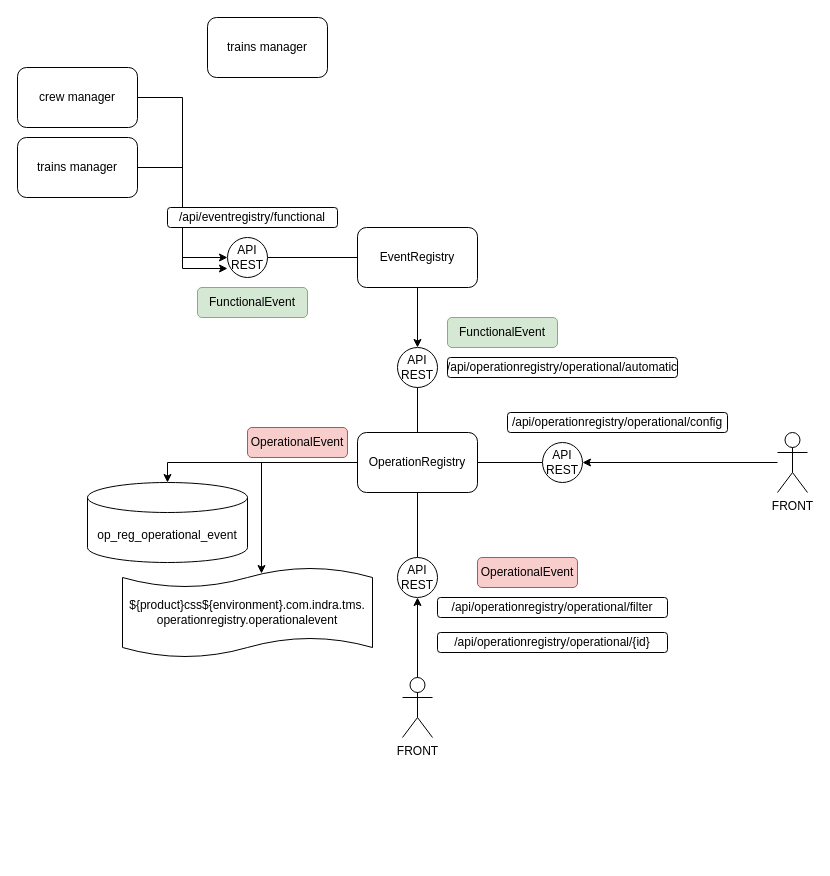
The draw.io diagram page "Página-23" (23 of 23) of TMS_FEC_SIEMENS.drawio in jeongon/DIAGRAMAS_TMS, before the edit. Source tidied: cells renumbered, new cells numbered last; positions are measured from the earlier drawing's top-left corner, leaving out a move shared by most shapes. Both pictures are drawn from the tidied source at 100%, with x=0, y=0 at pixel (17, 17).
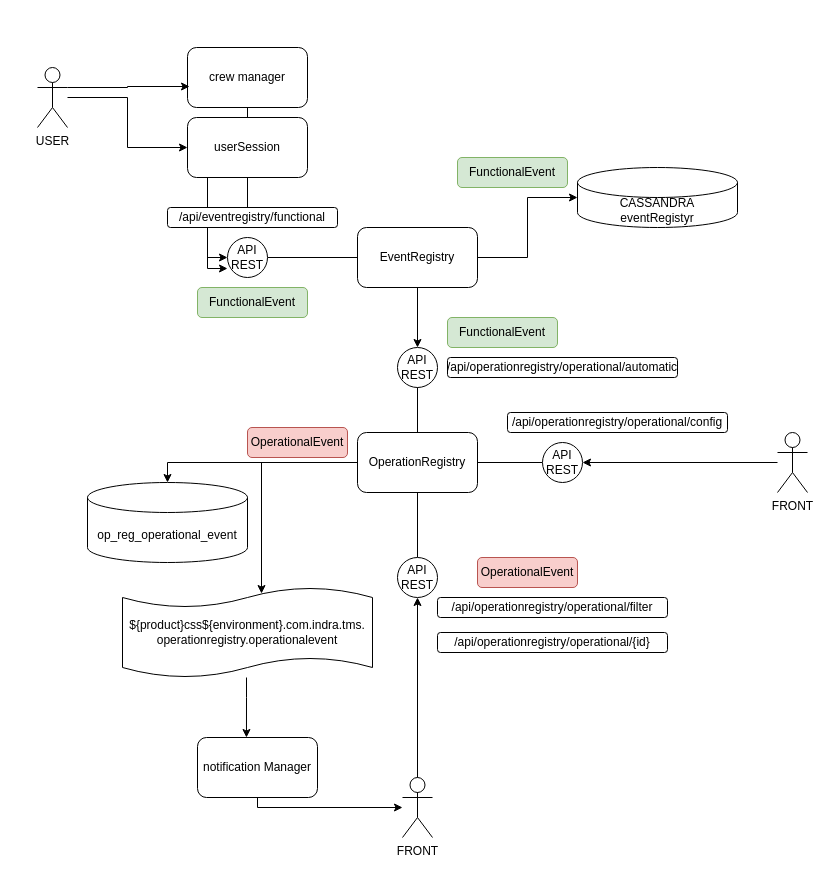
The same diagram, later.

The change refers to these unchanged cells:
```xml
<mxCell id="8" value="EventRegistry" style="rounded=1;whiteSpace=wrap;html=1;" parent="1" vertex="1">
  <mxGeometry x="340" y="210" width="120" height="60" as="geometry" />
</mxCell>
```

The edit, as a diff of the source:
```diff
@@
     <mxCell id="3" value="crew manager" style="rounded=1;whiteSpace=wrap;html=1;" parent="1" vertex="1">
-      <mxGeometry y="50" width="120" height="60" as="geometry" />
+      <mxGeometry x="170" y="30" width="120" height="60" as="geometry" />
     </mxCell>
@@
-    <mxCell id="5" value="trains manager" style="rounded=1;whiteSpace=wrap;html=1;" parent="1" vertex="1">
-      <mxGeometry y="120" width="120" height="60" as="geometry" />
+    <mxCell id="5" value="userSession" style="rounded=1;whiteSpace=wrap;html=1;" parent="1" vertex="1">
+      <mxGeometry x="170" y="100" width="120" height="60" as="geometry" />
     </mxCell>
@@
+    <mxCell id="35" style="edgeStyle=orthogonalEdgeStyle;rounded=0;jettySize=auto;html=1;" parent="1" edge="1" source="8" target="39">
+      <mxGeometry relative="1" as="geometry" />
+    </mxCell>
@@
     <mxCell id="15" value="${product}css${environment}.com.indra.tms.&lt;br&gt;operationregistry.operationalevent" style="shape=tape;whiteSpace=wrap;html=1;size=0.2222222222222222;" parent="1" vertex="1">
-      <mxGeometry x="105" y="550" width="250" height="90" as="geometry" />
+      <mxGeometry x="105" y="570" width="250" height="90" as="geometry" />
     </mxCell>
@@
-    <mxCell id="29" value="trains manager" style="rounded=1;whiteSpace=wrap;html=1;" parent="1" vertex="1">
-      <mxGeometry x="190" width="120" height="60" as="geometry" />
-    </mxCell>
@@
     <mxCell id="34" value="FRONT" style="shape=umlActor;verticalLabelPosition=bottom;verticalAlign=top;html=1;outlineConnect=0;" parent="1" vertex="1">
-      <mxGeometry x="385" y="660" width="30" height="60" as="geometry" />
+      <mxGeometry x="385" y="760" width="30" height="60" as="geometry" />
     </mxCell>
+    <mxCell id="36" style="edgeStyle=orthogonalEdgeStyle;rounded=0;jettySize=auto;html=1;" parent="1" edge="1" source="37" target="34">
+      <mxGeometry relative="1" as="geometry">
+        <Array as="points">
+          <mxPoint x="240" y="790" />
+        </Array>
+      </mxGeometry>
+    </mxCell>
+    <mxCell id="37" value="notification Manager" style="rounded=1;whiteSpace=wrap;html=1;" parent="1" vertex="1">
+      <mxGeometry x="180" y="720" width="120" height="60" as="geometry" />
+    </mxCell>
+    <mxCell id="38" style="edgeStyle=orthogonalEdgeStyle;rounded=0;jettySize=auto;html=1;entryX=0.408;entryY=0;entryDx=0;entryDy=0;entryPerimeter=0;" parent="1" edge="1" source="15" target="37">
+      <mxGeometry relative="1" as="geometry">
+        <Array as="points">
+          <mxPoint x="229" y="680" />
+          <mxPoint x="229" y="680" />
+        </Array>
+      </mxGeometry>
+    </mxCell>
+    <mxCell id="39" value="CASSANDRA&lt;br&gt;eventRegistyr" style="shape=cylinder3;whiteSpace=wrap;html=1;boundedLbl=1;backgroundOutline=1;size=15;" parent="1" vertex="1">
+      <mxGeometry x="560" y="150" width="160" height="60" as="geometry" />
+    </mxCell>
+    <mxCell id="40" value="FunctionalEvent" style="rounded=1;whiteSpace=wrap;html=1;fillColor=#d5e8d4;strokeColor=#82b366;" parent="1" vertex="1">
+      <mxGeometry x="440" y="140" width="110" height="30" as="geometry" />
+    </mxCell>
+    <mxCell id="41" style="edgeStyle=orthogonalEdgeStyle;rounded=0;jettySize=auto;html=1;" parent="1" edge="1" source="42" target="5">
+      <mxGeometry relative="1" as="geometry" />
+    </mxCell>
+    <mxCell id="42" value="USER" style="shape=umlActor;verticalLabelPosition=bottom;verticalAlign=top;html=1;outlineConnect=0;" parent="1" vertex="1">
+      <mxGeometry x="20" y="50" width="30" height="60" as="geometry" />
+    </mxCell>
+    <mxCell id="43" style="edgeStyle=orthogonalEdgeStyle;rounded=0;jettySize=auto;html=1;exitX=1;exitY=0.3333333333333333;exitDx=0;exitDy=0;exitPerimeter=0;entryX=0.017;entryY=0.65;entryDx=0;entryDy=0;entryPerimeter=0;" parent="1" edge="1" source="42" target="3">
+      <mxGeometry relative="1" as="geometry" />
+    </mxCell>
```
